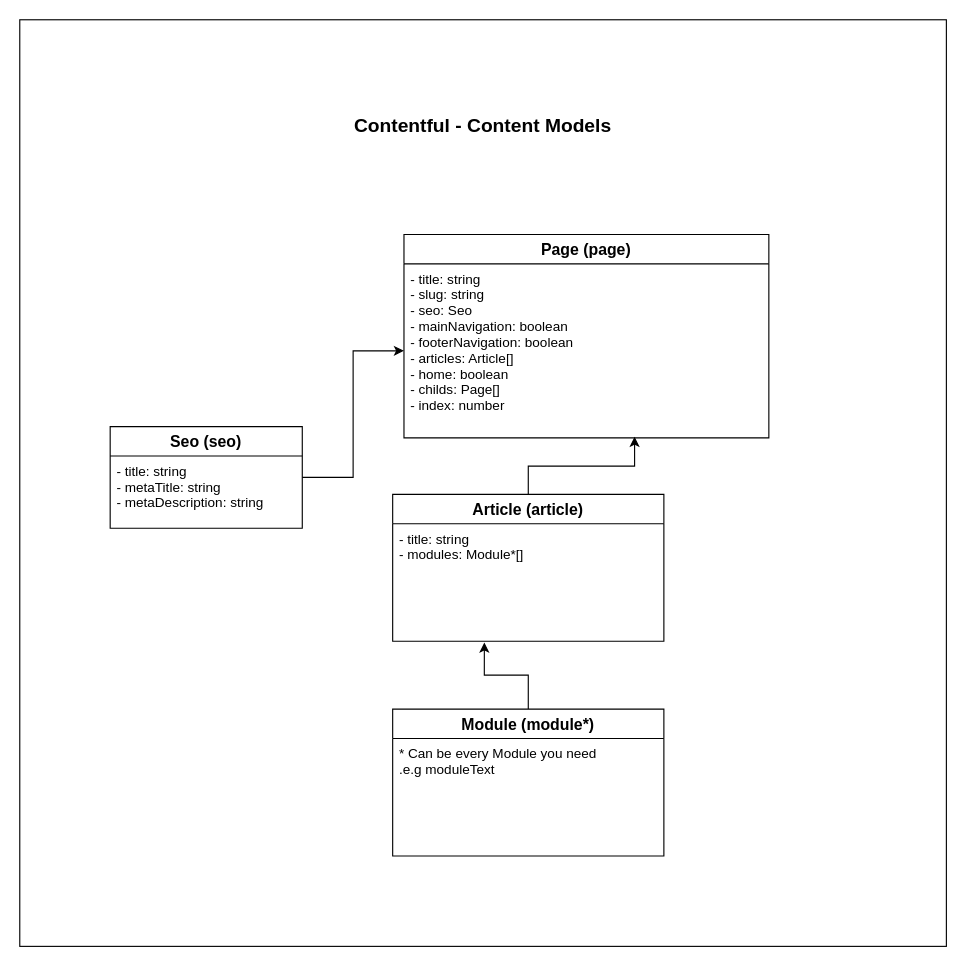
The draw.io diagram content-model.drawio in nextful/framework, before the edit. Source tidied: cells renumbered, new cells numbered last; positions are measured from the earlier drawing's top-left corner, leaving out a move shared by most shapes. Both pictures are drawn from the tidied source at 113%, with x=0, y=0 at pixel (19, 19).
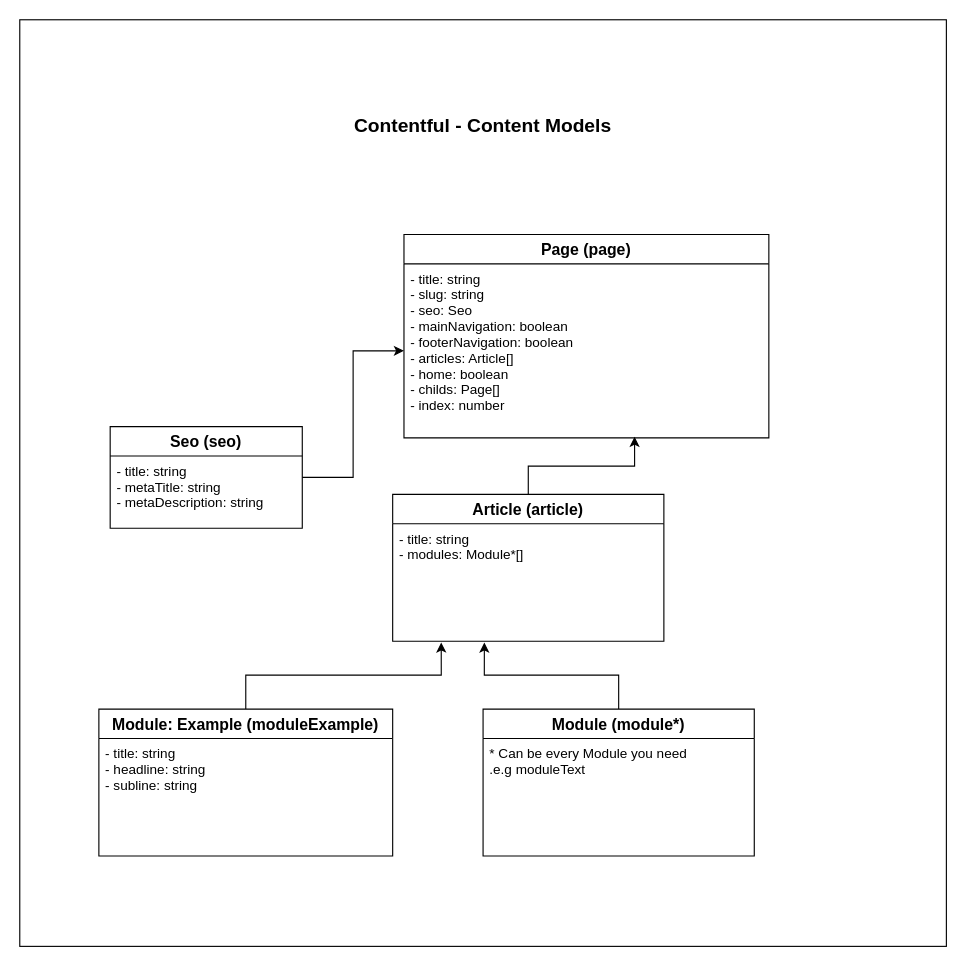
The same diagram, later.

The edit, as a diff of the source:
```diff
@@
 <mxGraphModel>
   <root>
     <mxCell id="0" />
     <mxCell id="1" parent="0" />
     <mxCell id="2" style="whiteSpace=wrap;html=1;" parent="1" vertex="1">
       <mxGeometry width="820" height="820" as="geometry" />
     </mxCell>
     <mxCell id="3" style="group;" parent="1" vertex="1">
       <mxGeometry x="80" y="190" width="582.9" height="550" as="geometry" />
     </mxCell>
     <mxCell id="4" value="Page (page)" style="swimlane;fontStyle=1;horizontal=1;startSize=26;align=center;fontSize=14;" parent="3" vertex="1">
       <mxGeometry x="260" width="322.9" height="180" as="geometry" />
     </mxCell>
     <mxCell id="5" value="- title: string&#10;- slug: string&#10;- seo: Seo &#10;- mainNavigation: boolean&#10;- footerNavigation: boolean&#10;- articles: Article[]&#10;- home: boolean&#10;- childs: Page[]&#10;- index: number" style="text;strokeColor=none;fillColor=none;spacingLeft=4;spacingRight=4;overflow=hidden;points=[[0,0.5],[1,0.5]];portConstraint=eastwest;fontSize=12;" parent="4" vertex="1">
       <mxGeometry y="26" width="322.9" height="154" as="geometry" />
     </mxCell>
     <mxCell id="6" style="edgeStyle=orthogonalEdgeStyle;rounded=0;jettySize=auto;html=1;" parent="3" edge="1" source="7" target="5">
       <mxGeometry relative="1" as="geometry" />
     </mxCell>
     <mxCell id="7" value="Seo (seo)" style="swimlane;fontStyle=1;horizontal=1;startSize=26;align=center;fontSize=14;" parent="3" vertex="1">
       <mxGeometry y="170" width="170" height="90" as="geometry" />
     </mxCell>
     <mxCell id="8" value="- title: string&#10;- metaTitle: string&#10;- metaDescription: string" style="text;strokeColor=none;fillColor=none;spacingLeft=4;spacingRight=4;overflow=hidden;fontSize=12;" parent="7" vertex="1">
       <mxGeometry y="26" width="170" height="64" as="geometry" />
     </mxCell>
     <mxCell id="9" style="edgeStyle=orthogonalEdgeStyle;rounded=0;jettySize=auto;html=1;entryX=0.632;entryY=0.994;entryDx=0;entryDy=0;entryPerimeter=0;" parent="3" edge="1" source="10" target="5">
       <mxGeometry relative="1" as="geometry" />
     </mxCell>
     <mxCell id="10" value="Article (article)" style="swimlane;fontStyle=1;horizontal=1;startSize=26;align=center;fontSize=14;" parent="3" vertex="1">
       <mxGeometry x="250" y="230" width="240" height="130" as="geometry" />
     </mxCell>
     <mxCell id="11" value="- title: string&#10;- modules: Module*[]&#10;" style="text;strokeColor=none;fillColor=none;spacingLeft=4;spacingRight=4;overflow=hidden;points=[[0,0.5],[1,0.5]];portConstraint=eastwest;fontSize=12;" parent="10" vertex="1">
       <mxGeometry y="26" width="240" height="104" as="geometry" />
     </mxCell>
     <mxCell id="12" style="edgeStyle=orthogonalEdgeStyle;rounded=0;jettySize=auto;html=1;entryX=0.338;entryY=1.01;entryDx=0;entryDy=0;entryPerimeter=0;" parent="3" edge="1" source="13" target="11">
       <mxGeometry relative="1" as="geometry" />
     </mxCell>
     <mxCell id="13" value="Module (module*)" style="swimlane;fontStyle=1;horizontal=1;startSize=26;align=center;fontSize=14;" parent="3" vertex="1">
-      <mxGeometry x="250" y="420" width="240" height="130" as="geometry" />
+      <mxGeometry x="330" y="420" width="240" height="130" as="geometry" />
     </mxCell>
     <mxCell id="14" value="* Can be every Module you need &#10;.e.g moduleText" style="text;strokeColor=none;fillColor=none;spacingLeft=4;spacingRight=4;overflow=hidden;fontSize=12;" parent="13" vertex="1">
       <mxGeometry y="26" width="240" height="104" as="geometry" />
     </mxCell>
     <mxCell id="15" value="&lt;b&gt;&lt;font style=&quot;font-size: 17px&quot;&gt;Contentful - Content Models&lt;/font&gt;&lt;/b&gt;" style="text;html=1;strokeColor=none;fillColor=none;align=center;verticalAlign=middle;whiteSpace=wrap;rounded=0;" parent="1" vertex="1">
       <mxGeometry x="275" y="60" width="270" height="70" as="geometry" />
     </mxCell>
+    <mxCell id="16" style="edgeStyle=orthogonalEdgeStyle;rounded=0;jettySize=auto;html=1;entryX=0.179;entryY=1.01;entryDx=0;entryDy=0;entryPerimeter=0;" parent="1" edge="1" source="17" target="11">
+      <mxGeometry relative="1" as="geometry" />
+    </mxCell>
+    <mxCell id="17" value="Module: Example (moduleExample)" style="swimlane;fontStyle=1;horizontal=1;startSize=26;align=center;fontSize=14;" parent="1" vertex="1">
+      <mxGeometry x="70" y="610" width="260" height="130" as="geometry" />
+    </mxCell>
+    <mxCell id="18" value="- title: string&#10;- headline: string&#10;- subline: string" style="text;strokeColor=none;fillColor=none;spacingLeft=4;spacingRight=4;overflow=hidden;fontSize=12;" parent="17" vertex="1">
+      <mxGeometry y="26" width="260" height="104" as="geometry" />
+    </mxCell>
   </root>
 </mxGraphModel>
```
